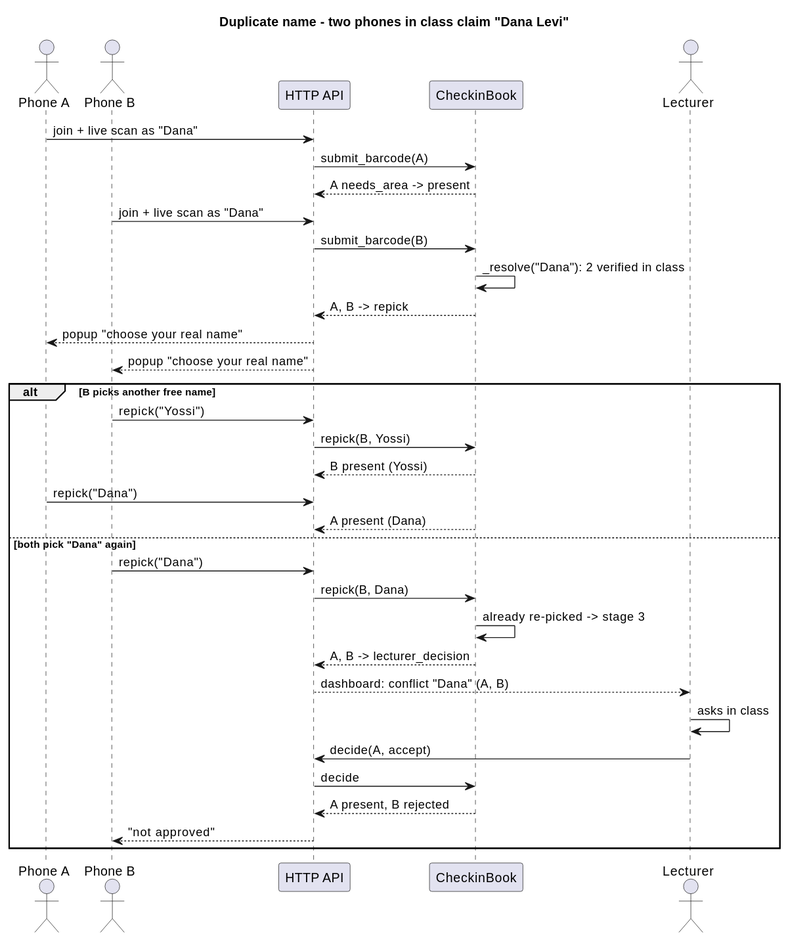
Above: docs/diagrams/seq-duplicate.svg in Haim-Barby/ZooMoodle (PlantUML), before the change. Its diagram source:
```plantuml
@startuml
title Duplicate name - two phones in class claim "Dana Levi"

actor "Phone A" as A
actor "Phone B" as B
participant "HTTP API" as API
participant CheckinBook as CB
actor Lecturer

A -> API : join + live scan as "Dana"
API -> CB : submit_barcode(A)
CB --> API : A needs_area -> present
B -> API : join + live scan as "Dana"
API -> CB : submit_barcode(B)
CB -> CB : _resolve("Dana"): 2 verified in class
CB --> API : A, B -> repick
API --> A : popup "choose your real name"
API --> B : popup "choose your real name"
alt B picks another free name
  B -> API : repick("Yossi")
  API -> CB : repick(B, Yossi)
  CB --> API : B present (Yossi)
  A -> API : repick("Dana")
  CB --> API : A present (Dana)
else both pick "Dana" again
  B -> API : repick("Dana")
  API -> CB : repick(B, Dana)
  CB -> CB : already re-picked -> stage 3
  CB --> API : A, B -> lecturer_decision
  API --> Lecturer : dashboard: conflict "Dana" (A, B)
  Lecturer -> Lecturer : asks in class
  Lecturer -> API : decide(A, accept)
  API -> CB : decide
  CB --> API : A present, B rejected
  API --> B : "not approved"
end
@enduml
```
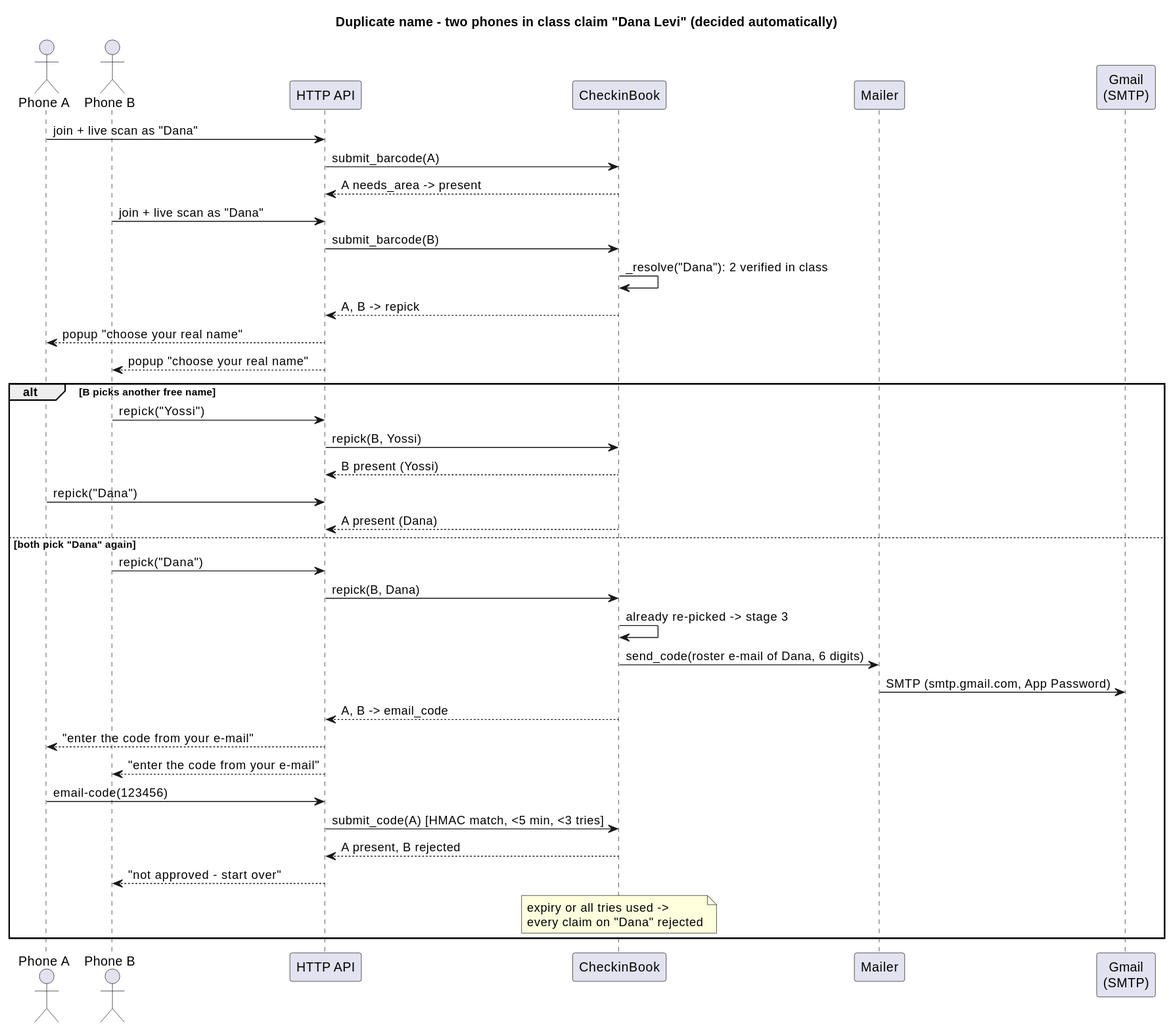
Above is the later version.

The edit, as a diff of the source:
```diff
@@ -1,11 +1,12 @@
 @startuml
-title Duplicate name - two phones in class claim "Dana Levi"
+title Duplicate name - two phones in class claim "Dana Levi" (decided automatically)
 
 actor "Phone A" as A
 actor "Phone B" as B
 participant "HTTP API" as API
 participant CheckinBook as CB
-actor Lecturer
+participant Mailer as Mail
+participant "Gmail\n(SMTP)" as Gmail
 
 A -> API : join + live scan as "Dana"
 API -> CB : submit_barcode(A)
@@ -26,12 +27,15 @@
   B -> API : repick("Dana")
   API -> CB : repick(B, Dana)
   CB -> CB : already re-picked -> stage 3
-  CB --> API : A, B -> lecturer_decision
-  API --> Lecturer : dashboard: conflict "Dana" (A, B)
-  Lecturer -> Lecturer : asks in class
-  Lecturer -> API : decide(A, accept)
-  API -> CB : decide
+  CB -> Mail : send_code(roster e-mail of Dana, 6 digits)
+  Mail -> Gmail : SMTP (smtp.gmail.com, App Password)
+  CB --> API : A, B -> email_code
+  API --> A : "enter the code from your e-mail"
+  API --> B : "enter the code from your e-mail"
+  A -> API : email-code(123456)
+  API -> CB : submit_code(A) [HMAC match, <5 min, <3 tries]
   CB --> API : A present, B rejected
-  API --> B : "not approved"
+  API --> B : "not approved - start over"
+  note over CB : expiry or all tries used ->\nevery claim on "Dana" rejected
 end
 @enduml
```
